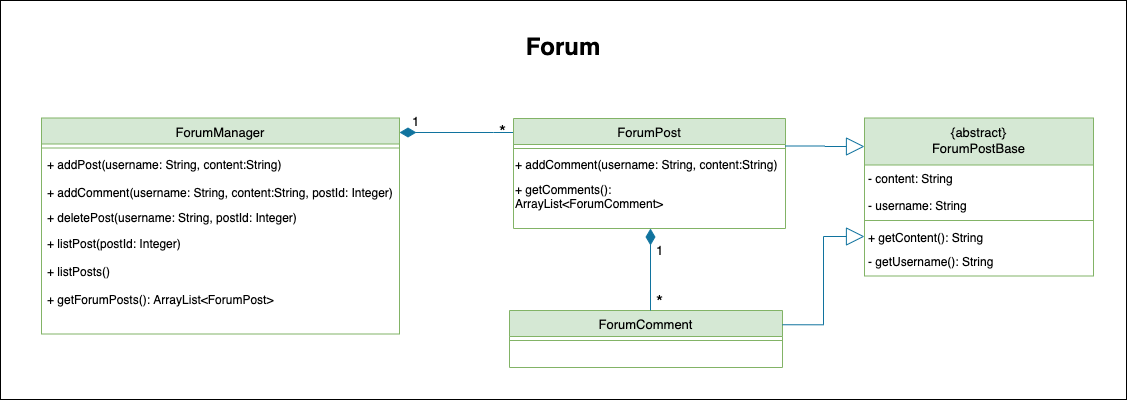
Before: docs/developerGuideDiagrams/forumComponent.png, a diagram exported from draw.io (theeugenechong/tp). Source tidied: cells renumbered, new cells last; positions are measured from the earlier drawing's top-left corner, leaving out a move shared by most shapes.
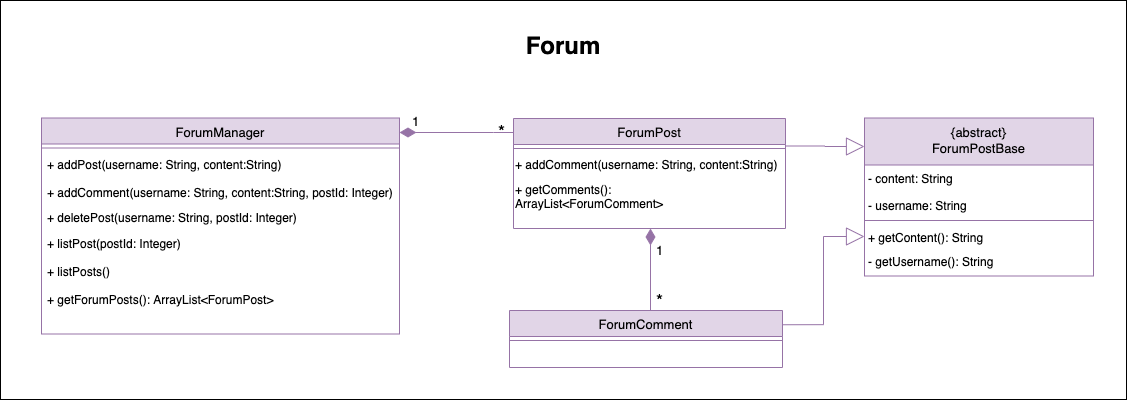
After the change.

Commit message:
more diagram updatesg

What changed in the source:
```diff
@@ -5,10 +5,10 @@
     <mxCell id="2" value="&lt;b&gt;&lt;span style=&quot;font-size: 24px&quot;&gt;Forum&lt;/span&gt;&lt;br&gt;&lt;br&gt;&lt;br&gt;&lt;br&gt;&lt;br&gt;&lt;br&gt;&lt;br&gt;&lt;br&gt;&lt;br&gt;&lt;br&gt;&lt;br&gt;&lt;br&gt;&lt;br&gt;&lt;br&gt;&lt;br&gt;&lt;br&gt;&lt;br&gt;&lt;br&gt;&lt;br&gt;&lt;br&gt;&lt;br&gt;&lt;br&gt;&lt;br&gt;&lt;/b&gt;" style="rounded=0;whiteSpace=wrap;html=1;" parent="1" vertex="1">
       <mxGeometry width="1126" height="399" as="geometry" />
     </mxCell>
-    <mxCell id="3" value="ForumManager" style="swimlane;fontStyle=0;align=center;verticalAlign=top;horizontal=1;startSize=26;rounded=0;shadow=0;strokeWidth=1;fillColor=#d5e8d4;strokeColor=#82b366;fontSize=13;" parent="1" vertex="1">
+    <mxCell id="3" value="ForumManager" style="swimlane;fontStyle=0;align=center;verticalAlign=top;horizontal=1;startSize=26;rounded=0;shadow=0;strokeWidth=1;fillColor=#e1d5e7;strokeColor=#9673a6;fontSize=13;" parent="1" vertex="1">
       <mxGeometry x="41" y="117.5" width="358" height="216" as="geometry" />
     </mxCell>
-    <mxCell id="4" style="line;html=1;strokeWidth=1;align=left;verticalAlign=middle;spacingTop=-1;spacingLeft=3;spacingRight=3;labelPosition=right;fillColor=#d5e8d4;strokeColor=#82b366;fontSize=13;" parent="3" vertex="1">
+    <mxCell id="4" style="line;html=1;strokeWidth=1;align=left;verticalAlign=middle;spacingTop=-1;spacingLeft=3;spacingRight=3;labelPosition=right;fillColor=#e1d5e7;strokeColor=#9673a6;fontSize=13;" parent="3" vertex="1">
       <mxGeometry y="26" width="358" height="8" as="geometry" />
     </mxCell>
     <mxCell id="5" style="edgeStyle=orthogonalEdgeStyle;rounded=0;orthogonalLoop=1;jettySize=auto;html=1;exitX=0.5;exitY=1;exitDx=0;exitDy=0;" parent="1" edge="1" source="2" target="2">
@@ -20,7 +20,7 @@
     <mxCell id="7" value="*" style="text;html=1;align=center;verticalAlign=middle;strokeColor=none;fillColor=none;fontSize=18;" parent="1" vertex="1">
       <mxGeometry x="493" y="118" width="17" height="26" as="geometry" />
     </mxCell>
-    <mxCell id="8" style="endArrow=none;html=1;endSize=12;startArrow=diamondThin;startSize=14;startFill=1;edgeStyle=orthogonalEdgeStyle;align=left;verticalAlign=bottom;rounded=0;jumpStyle=none;fillColor=#b1ddf0;strokeColor=#10739e;fontSize=15;entryX=0;entryY=0.25;entryDx=0;entryDy=0;endFill=0;" parent="1" edge="1" target="10">
+    <mxCell id="8" style="endArrow=none;html=1;endSize=12;startArrow=diamondThin;startSize=14;startFill=1;edgeStyle=orthogonalEdgeStyle;align=left;verticalAlign=bottom;rounded=0;jumpStyle=none;fillColor=#e1d5e7;strokeColor=#9673a6;fontSize=15;entryX=0;entryY=0.25;entryDx=0;entryDy=0;endFill=0;" parent="1" edge="1" target="10">
       <mxGeometry x="-1" y="3" relative="1" as="geometry">
         <mxPoint x="399" y="132" as="sourcePoint" />
         <Array as="points">
@@ -32,19 +32,19 @@
     <mxCell id="9" value="1" style="text;html=1;align=center;verticalAlign=middle;strokeColor=none;fillColor=none;fontSize=13;" parent="1" vertex="1">
       <mxGeometry x="406" y="111" width="17" height="20" as="geometry" />
     </mxCell>
-    <mxCell id="10" value="ForumPost" style="swimlane;fontStyle=0;align=center;verticalAlign=top;horizontal=1;startSize=26;rounded=0;shadow=0;strokeWidth=1;fillColor=#d5e8d4;strokeColor=#82b366;fontSize=13;" parent="1" vertex="1">
+    <mxCell id="10" value="ForumPost" style="swimlane;fontStyle=0;align=center;verticalAlign=top;horizontal=1;startSize=26;rounded=0;shadow=0;strokeWidth=1;fillColor=#e1d5e7;strokeColor=#9673a6;fontSize=13;" parent="1" vertex="1">
       <mxGeometry x="513" y="118" width="272" height="110" as="geometry" />
     </mxCell>
-    <mxCell id="11" style="line;html=1;strokeWidth=1;align=left;verticalAlign=middle;spacingTop=-1;spacingLeft=3;spacingRight=3;labelPosition=right;fillColor=#d5e8d4;strokeColor=#82b366;fontSize=13;" parent="10" vertex="1">
+    <mxCell id="11" style="line;html=1;strokeWidth=1;align=left;verticalAlign=middle;spacingTop=-1;spacingLeft=3;spacingRight=3;labelPosition=right;fillColor=#e1d5e7;strokeColor=#9673a6;fontSize=13;" parent="10" vertex="1">
       <mxGeometry y="26" width="272" height="8" as="geometry" />
     </mxCell>
-    <mxCell id="12" value="ForumComment" style="swimlane;fontStyle=0;align=center;verticalAlign=top;horizontal=1;startSize=26;rounded=0;shadow=0;strokeWidth=1;fillColor=#d5e8d4;strokeColor=#82b366;fontSize=13;" parent="1" vertex="1">
+    <mxCell id="12" value="ForumComment" style="swimlane;fontStyle=0;align=center;verticalAlign=top;horizontal=1;startSize=26;rounded=0;shadow=0;strokeWidth=1;fillColor=#e1d5e7;strokeColor=#9673a6;fontSize=13;" parent="1" vertex="1">
       <mxGeometry x="509" y="310" width="273" height="57" as="geometry" />
     </mxCell>
-    <mxCell id="13" style="line;html=1;strokeWidth=1;align=left;verticalAlign=middle;spacingTop=-1;spacingLeft=3;spacingRight=3;labelPosition=right;fillColor=#d5e8d4;strokeColor=#82b366;fontSize=13;" parent="12" vertex="1">
+    <mxCell id="13" style="line;html=1;strokeWidth=1;align=left;verticalAlign=middle;spacingTop=-1;spacingLeft=3;spacingRight=3;labelPosition=right;fillColor=#e1d5e7;strokeColor=#9673a6;fontSize=13;" parent="12" vertex="1">
       <mxGeometry y="26" width="273" height="8" as="geometry" />
     </mxCell>
-    <mxCell id="14" style="endArrow=none;html=1;endSize=12;startArrow=diamondThin;startSize=14;startFill=1;edgeStyle=orthogonalEdgeStyle;align=left;verticalAlign=bottom;rounded=0;jumpStyle=none;fillColor=#b1ddf0;strokeColor=#10739e;fontSize=15;endFill=0;" parent="1" edge="1">
+    <mxCell id="14" style="endArrow=none;html=1;endSize=12;startArrow=diamondThin;startSize=14;startFill=1;edgeStyle=orthogonalEdgeStyle;align=left;verticalAlign=bottom;rounded=0;jumpStyle=none;fillColor=#e1d5e7;strokeColor=#9673a6;fontSize=15;endFill=0;" parent="1" edge="1">
       <mxGeometry x="-1" y="3" relative="1" as="geometry">
         <mxPoint x="650" y="228" as="sourcePoint" />
         <mxPoint x="650" y="310" as="targetPoint" />
@@ -56,18 +56,18 @@
     <mxCell id="16" value="*" style="text;html=1;align=center;verticalAlign=middle;strokeColor=none;fillColor=none;fontSize=18;" parent="1" vertex="1">
       <mxGeometry x="650" y="287.5" width="17" height="26" as="geometry" />
     </mxCell>
-    <mxCell id="17" value="{abstract}&#10;ForumPostBase" style="swimlane;fontStyle=0;align=center;verticalAlign=top;horizontal=1;startSize=47;rounded=0;shadow=0;strokeWidth=1;fillColor=#d5e8d4;strokeColor=#82b366;fontSize=13;" parent="1" vertex="1">
+    <mxCell id="17" value="{abstract}&#10;ForumPostBase" style="swimlane;fontStyle=0;align=center;verticalAlign=top;horizontal=1;startSize=47;rounded=0;shadow=0;strokeWidth=1;fillColor=#e1d5e7;strokeColor=#9673a6;fontSize=13;" parent="1" vertex="1">
       <mxGeometry x="864" y="117.5" width="229" height="158" as="geometry" />
     </mxCell>
-    <mxCell id="18" style="line;html=1;strokeWidth=1;align=left;verticalAlign=middle;spacingTop=-1;spacingLeft=3;spacingRight=3;labelPosition=right;fillColor=#d5e8d4;strokeColor=#82b366;fontSize=13;" parent="17" vertex="1">
+    <mxCell id="18" style="line;html=1;strokeWidth=1;align=left;verticalAlign=middle;spacingTop=-1;spacingLeft=3;spacingRight=3;labelPosition=right;fillColor=#e1d5e7;strokeColor=#9673a6;fontSize=13;" parent="17" vertex="1">
       <mxGeometry y="47" width="229" height="111" as="geometry" />
     </mxCell>
-    <mxCell id="19" style="endArrow=block;endSize=16;endFill=0;html=1;rounded=0;edgeStyle=orthogonalEdgeStyle;jumpStyle=none;fillColor=#b1ddf0;strokeColor=#10739e;exitX=1;exitY=0.25;exitDx=0;exitDy=0;fontSize=15;" parent="1" edge="1" source="10">
+    <mxCell id="19" style="endArrow=block;endSize=16;endFill=0;html=1;rounded=0;edgeStyle=orthogonalEdgeStyle;jumpStyle=none;fillColor=#e1d5e7;strokeColor=#9673a6;exitX=1;exitY=0.25;exitDx=0;exitDy=0;fontSize=15;" parent="1" edge="1" source="10">
       <mxGeometry x="0.11" relative="1" as="geometry">
         <mxPoint x="864" y="146" as="targetPoint" />
       </mxGeometry>
     </mxCell>
-    <mxCell id="20" style="endArrow=block;endSize=16;endFill=0;html=1;rounded=0;edgeStyle=orthogonalEdgeStyle;jumpStyle=none;fillColor=#b1ddf0;strokeColor=#10739e;exitX=1;exitY=0.25;exitDx=0;exitDy=0;entryX=0;entryY=0.75;entryDx=0;entryDy=0;fontSize=15;" parent="1" edge="1" source="12" target="17">
+    <mxCell id="20" style="endArrow=block;endSize=16;endFill=0;html=1;rounded=0;edgeStyle=orthogonalEdgeStyle;jumpStyle=none;fillColor=#e1d5e7;strokeColor=#9673a6;exitX=1;exitY=0.25;exitDx=0;exitDy=0;entryX=0;entryY=0.75;entryDx=0;entryDy=0;fontSize=15;" parent="1" edge="1" source="12" target="17">
       <mxGeometry x="0.11" relative="1" as="geometry" />
     </mxCell>
     <mxCell id="21" value="- content: String" style="text;html=1;strokeColor=none;fillColor=none;align=left;verticalAlign=middle;whiteSpace=wrap;rounded=0;fontSize=12;" parent="1" vertex="1">
```
